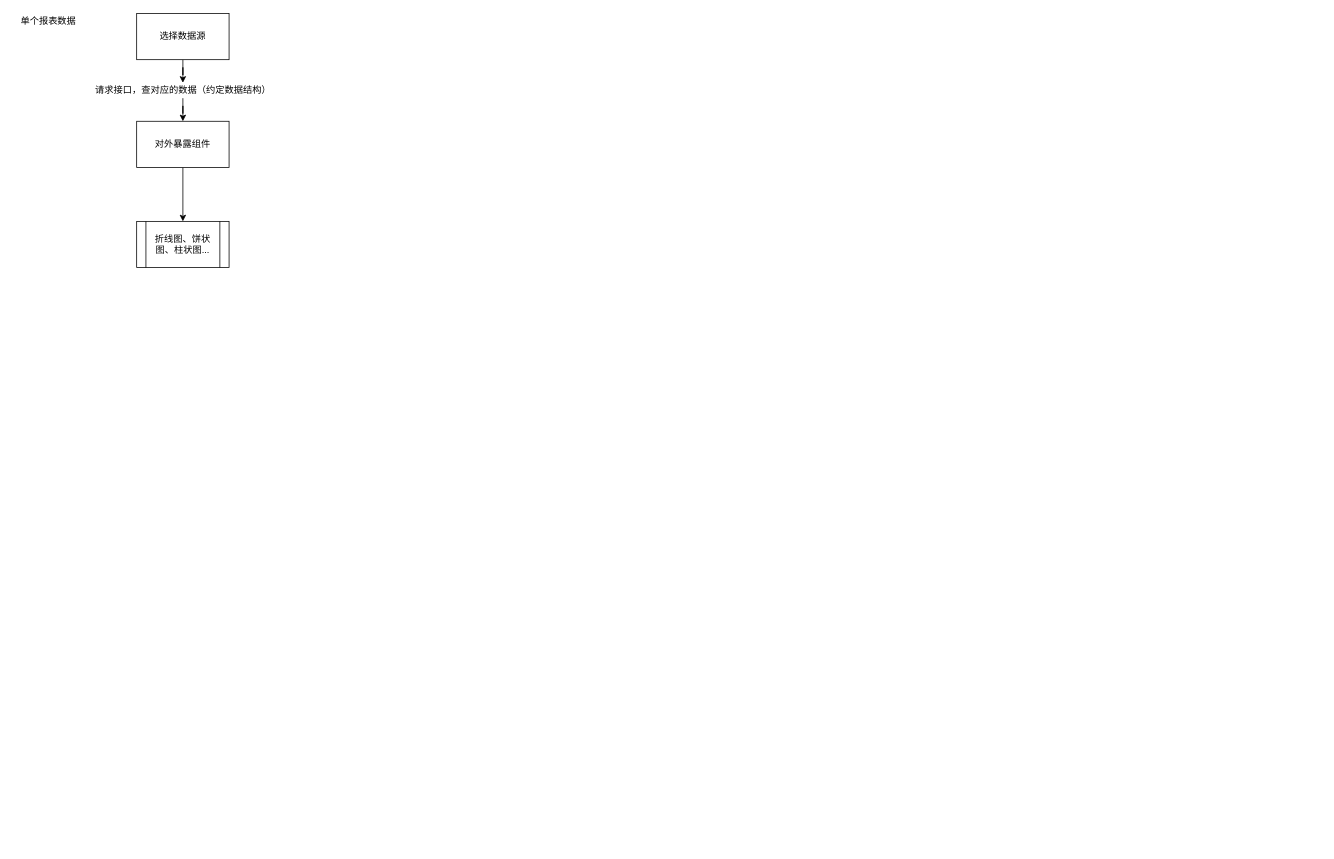
Above: drawio/singletable.drawio in trry-github/DataPV (draw.io), before the change. Source tidied: cells renumbered, new cells numbered last; positions are measured from the earlier drawing's top-left corner, leaving out a move shared by most shapes. Both pictures are drawn from the tidied source at 77%, with x=0, y=0 at pixel (13, 13).
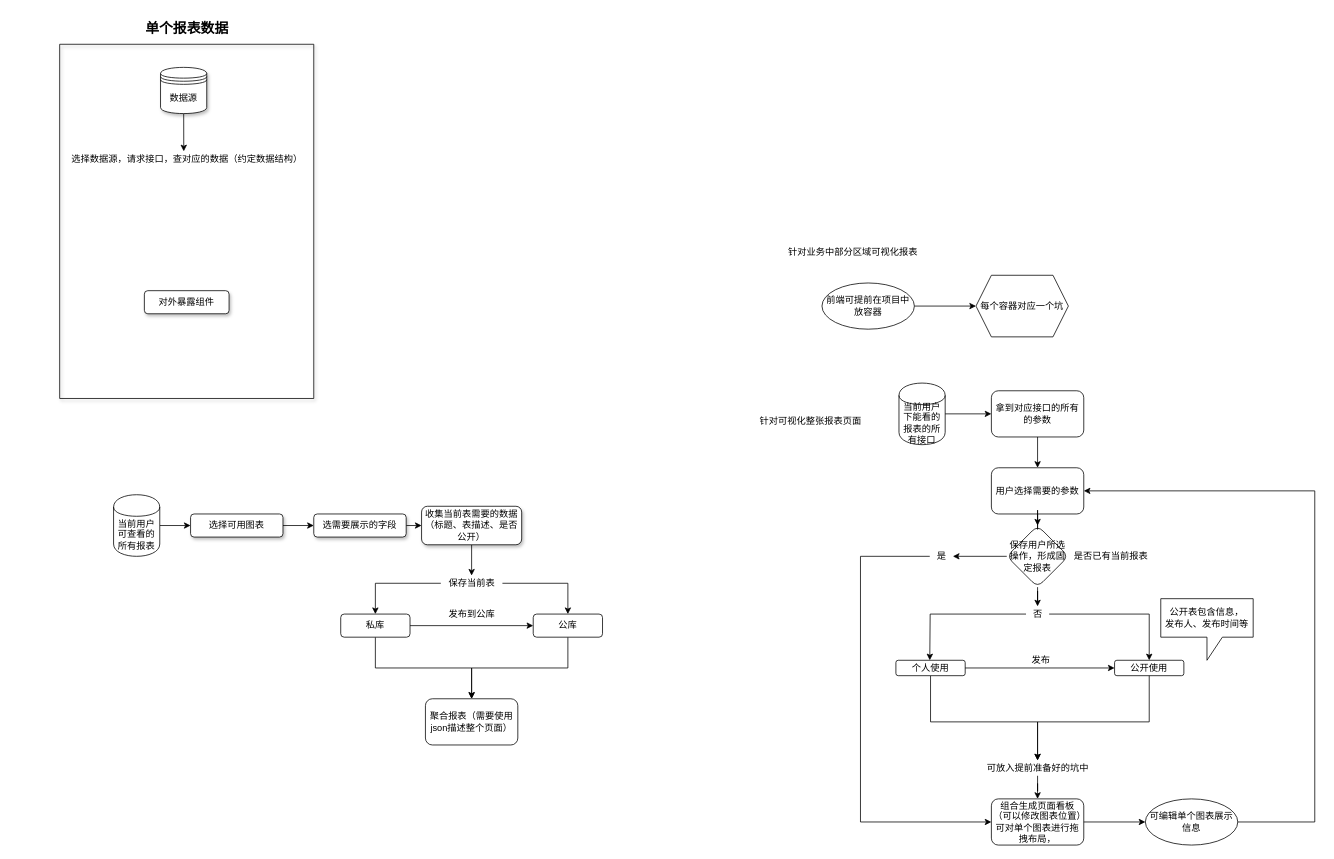
The same page after the edit.

Diff of the diagram source:
```diff
@@
-    <mxCell id="2" style="edgeStyle=orthogonalEdgeStyle;rounded=0;jettySize=auto;html=1;" parent="1" edge="1" source="3" target="5">
-      <mxGeometry relative="1" as="geometry" />
-    </mxCell>
-    <mxCell id="3" value="选择数据源" style="whiteSpace=wrap;html=1;" parent="1" vertex="1">
-      <mxGeometry x="160" width="120" height="60" as="geometry" />
-    </mxCell>
-    <mxCell id="4" style="edgeStyle=orthogonalEdgeStyle;rounded=0;jettySize=auto;html=1;" parent="1" edge="1" source="5" target="7">
-      <mxGeometry relative="1" as="geometry" />
-    </mxCell>
+    <mxCell id="10" style="group;" parent="1" vertex="1">
+      <mxGeometry x="60" y="10" width="330" height="490" as="geometry" />
+    </mxCell>
+    <mxCell id="9" value="&lt;font style=&quot;font-size: 18px&quot;&gt;&lt;b&gt;单个报表数据&lt;/b&gt;&lt;/font&gt;" style="text;html=1;align=center;verticalAlign=middle;strokeColor=none;" parent="10" vertex="1">
+      <mxGeometry x="105" width="120" height="20" as="geometry" />
+    </mxCell>
+    <mxCell id="11" style="swimlane;startSize=0;shadow=1;" parent="10" vertex="1">
+      <mxGeometry y="30" width="330" height="460" as="geometry" />
+    </mxCell>
-    <mxCell id="5" value="请求接口，查对应的数据（约定数据结构）" style="text;html=1;align=center;verticalAlign=middle;points=[];strokeColor=none;" parent="1" vertex="1">
-      <mxGeometry x="100" y="90" width="240" height="20" as="geometry" />
+    <mxCell id="5" value="选择数据源，请求接口，查对应的数据（约定数据结构）" style="text;html=1;align=center;verticalAlign=middle;points=[];strokeColor=none;" parent="11" vertex="1">
+      <mxGeometry x="5" y="140" width="320" height="20" as="geometry" />
     </mxCell>
-    <mxCell id="6" style="edgeStyle=orthogonalEdgeStyle;rounded=0;jettySize=auto;html=1;entryX=0.5;entryY=0;entryDx=0;entryDy=0;" parent="1" edge="1" source="7" target="8">
-      <mxGeometry relative="1" as="geometry" />
-    </mxCell>
+    <mxCell id="12" style="edgeStyle=none;rounded=0;jettySize=auto;html=1;entryX=0.488;entryY=-0.05;entryDx=0;entryDy=0;entryPerimeter=0;" parent="11" edge="1" source="13" target="5">
+      <mxGeometry relative="1" as="geometry" />
+    </mxCell>
+    <mxCell id="13" value="&lt;span&gt;数据源&lt;/span&gt;" style="shape=datastore;whiteSpace=wrap;html=1;shadow=1;" parent="11" vertex="1">
+      <mxGeometry x="131" y="30" width="60" height="60" as="geometry" />
+    </mxCell>
-    <mxCell id="7" value="对外暴露组件" style="whiteSpace=wrap;html=1;" parent="1" vertex="1">
-      <mxGeometry x="160" y="140" width="120" height="60" as="geometry" />
+    <mxCell id="7" value="&lt;span&gt;对外暴露组件&lt;/span&gt;" style="rounded=1;whiteSpace=wrap;html=1;shadow=1;" parent="11" vertex="1">
+      <mxGeometry x="110" y="320" width="110" height="30" as="geometry" />
     </mxCell>
-    <mxCell id="8" value="折线图、饼状图、柱状图..." style="shape=process;whiteSpace=wrap;html=1;backgroundOutline=1;" parent="1" vertex="1">
-      <mxGeometry x="160" y="270" width="120" height="60" as="geometry" />
-    </mxCell>
-    <mxCell id="9" value="单个报表数据" style="text;html=1;align=center;verticalAlign=middle;strokeColor=none;" parent="1" vertex="1">
-      <mxGeometry width="90" height="20" as="geometry" />
-    </mxCell>
+    <mxCell id="14" style="edgeStyle=none;rounded=0;jettySize=auto;html=1;" parent="1" edge="1" source="15" target="17">
+      <mxGeometry relative="1" as="geometry" />
+    </mxCell>
+    <mxCell id="15" value="选择可用图表" style="rounded=1;whiteSpace=wrap;html=1;shadow=1;" parent="1" vertex="1">
+      <mxGeometry x="230" y="650" width="120" height="30" as="geometry" />
+    </mxCell>
+    <mxCell id="16" style="edgeStyle=none;rounded=0;jettySize=auto;html=1;" parent="1" edge="1" source="17" target="19">
+      <mxGeometry relative="1" as="geometry" />
+    </mxCell>
+    <mxCell id="17" value="选需要展示的字段" style="rounded=1;whiteSpace=wrap;html=1;shadow=1;" parent="1" vertex="1">
+      <mxGeometry x="390" y="650" width="120" height="30" as="geometry" />
+    </mxCell>
+    <mxCell id="18" style="edgeStyle=none;rounded=0;jettySize=auto;html=1;" parent="1" edge="1" source="19" target="22">
+      <mxGeometry relative="1" as="geometry" />
+    </mxCell>
+    <mxCell id="19" value="收集当前表需要的数据（标题、表描述、是否公开）" style="rounded=1;whiteSpace=wrap;html=1;shadow=1;" parent="1" vertex="1">
+      <mxGeometry x="530" y="640" width="130" height="50" as="geometry" />
+    </mxCell>
+    <mxCell id="20" style="edgeStyle=orthogonalEdgeStyle;rounded=0;jettySize=auto;html=1;" parent="1" edge="1" source="22" target="25">
+      <mxGeometry relative="1" as="geometry" />
+    </mxCell>
+    <mxCell id="21" style="edgeStyle=orthogonalEdgeStyle;rounded=0;jettySize=auto;html=1;entryX=0.5;entryY=0;entryDx=0;entryDy=0;" parent="1" edge="1" source="22" target="27">
+      <mxGeometry relative="1" as="geometry" />
+    </mxCell>
+    <mxCell id="22" value="保存当前表" style="text;html=1;align=center;verticalAlign=middle;points=[];strokeColor=none;" parent="1" vertex="1">
+      <mxGeometry x="555" y="730" width="80" height="20" as="geometry" />
+    </mxCell>
+    <mxCell id="23" style="edgeStyle=orthogonalEdgeStyle;rounded=0;jettySize=auto;html=1;entryX=0.5;entryY=0;entryDx=0;entryDy=0;" parent="1" edge="1" source="25" target="28">
+      <mxGeometry relative="1" as="geometry">
+        <Array as="points">
+          <mxPoint x="470" y="850" />
+          <mxPoint x="595" y="850" />
+        </Array>
+      </mxGeometry>
+    </mxCell>
+    <mxCell id="24" style="edgeStyle=orthogonalEdgeStyle;rounded=0;jettySize=auto;html=1;entryX=0;entryY=0.5;entryDx=0;entryDy=0;" parent="1" edge="1" source="25" target="27">
+      <mxGeometry relative="1" as="geometry" />
+    </mxCell>
+    <mxCell id="25" value="&lt;span&gt;私库&lt;/span&gt;" style="rounded=1;whiteSpace=wrap;html=1;" parent="1" vertex="1">
+      <mxGeometry x="425" y="780" width="90" height="30" as="geometry" />
+    </mxCell>
+    <mxCell id="26" style="edgeStyle=orthogonalEdgeStyle;rounded=0;jettySize=auto;html=1;" parent="1" edge="1" source="27">
+      <mxGeometry relative="1" as="geometry">
+        <mxPoint x="595" y="890" as="targetPoint" />
+        <Array as="points">
+          <mxPoint x="720" y="850" />
+          <mxPoint x="595" y="850" />
+        </Array>
+      </mxGeometry>
+    </mxCell>
+    <mxCell id="27" value="&lt;span&gt;公库&lt;/span&gt;&lt;br&gt;" style="rounded=1;whiteSpace=wrap;html=1;" parent="1" vertex="1">
+      <mxGeometry x="675" y="780" width="90" height="30" as="geometry" />
+    </mxCell>
+    <mxCell id="28" value="聚合报表（需要使用json描述整个页面）" style="rounded=1;whiteSpace=wrap;html=1;" parent="1" vertex="1">
+      <mxGeometry x="535" y="890" width="120" height="60" as="geometry" />
+    </mxCell>
+    <mxCell id="29" value="发布到公库" style="text;html=1;align=center;verticalAlign=middle;strokeColor=none;" parent="1" vertex="1">
+      <mxGeometry x="555" y="770" width="80" height="20" as="geometry" />
+    </mxCell>
+    <mxCell id="30" style="edgeStyle=orthogonalEdgeStyle;rounded=0;jettySize=auto;html=1;entryX=0;entryY=0.5;entryDx=0;entryDy=0;" parent="1" edge="1" source="31" target="15">
+      <mxGeometry relative="1" as="geometry" />
+    </mxCell>
+    <mxCell id="31" value="当前用户可查看的所有报表" style="shape=cylinder;whiteSpace=wrap;html=1;boundedLbl=1;backgroundOutline=1;" parent="1" vertex="1">
+      <mxGeometry x="130" y="625" width="60" height="80" as="geometry" />
+    </mxCell>
+    <mxCell id="32" style="edgeStyle=orthogonalEdgeStyle;rounded=0;jettySize=auto;html=1;" parent="1" edge="1" source="33" target="35">
+      <mxGeometry relative="1" as="geometry" />
+    </mxCell>
+    <mxCell id="33" value="前端可提前在项目中放容器" style="ellipse;whiteSpace=wrap;html=1;" parent="1" vertex="1">
+      <mxGeometry x="1050" y="350" width="120" height="60" as="geometry" />
+    </mxCell>
+    <mxCell id="34" value="针对业务中部分区域可视化报表" style="text;html=1;align=center;verticalAlign=middle;strokeColor=none;" parent="1" vertex="1">
+      <mxGeometry x="1000" y="300" width="180" height="20" as="geometry" />
+    </mxCell>
+    <mxCell id="35" value="每个容器对应一个坑" style="shape=hexagon;perimeter=hexagonPerimeter2;whiteSpace=wrap;html=1;fixedSize=1;" parent="1" vertex="1">
+      <mxGeometry x="1250" y="340" width="120" height="80" as="geometry" />
+    </mxCell>
+    <mxCell id="36" style="group;" parent="1" vertex="1">
+      <mxGeometry x="960" y="480" width="730" height="600" as="geometry" />
+    </mxCell>
+    <mxCell id="37" value="当前用户下能看的报表的所有接口" style="shape=cylinder;whiteSpace=wrap;html=1;boundedLbl=1;backgroundOutline=1;" parent="36" vertex="1">
+      <mxGeometry x="190" width="60" height="80" as="geometry" />
+    </mxCell>
+    <mxCell id="38" value="拿到对应接口的所有的参数" style="rounded=1;whiteSpace=wrap;html=1;" parent="36" vertex="1">
+      <mxGeometry x="310" y="10" width="120" height="60" as="geometry" />
+    </mxCell>
+    <mxCell id="39" style="edgeStyle=orthogonalEdgeStyle;rounded=0;jettySize=auto;html=1;" parent="36" edge="1" source="37" target="38">
+      <mxGeometry relative="1" as="geometry" />
+    </mxCell>
+    <mxCell id="40" value="用户选择需要的参数" style="rounded=1;whiteSpace=wrap;html=1;" parent="36" vertex="1">
+      <mxGeometry x="310" y="110" width="120" height="60" as="geometry" />
+    </mxCell>
+    <mxCell id="41" style="edgeStyle=orthogonalEdgeStyle;rounded=0;jettySize=auto;html=1;" parent="36" edge="1" source="38" target="40">
+      <mxGeometry relative="1" as="geometry" />
+    </mxCell>
+    <mxCell id="42" style="edgeStyle=orthogonalEdgeStyle;rounded=0;jettySize=auto;html=1;" parent="36" edge="1" source="43" target="52">
+      <mxGeometry relative="1" as="geometry">
+        <Array as="points">
+          <mxPoint x="231" y="440" />
+          <mxPoint x="370" y="440" />
+        </Array>
+      </mxGeometry>
+    </mxCell>
+    <mxCell id="43" value="个人使用" style="rounded=1;whiteSpace=wrap;html=1;" parent="36" vertex="1">
+      <mxGeometry x="186" y="360" width="90" height="20" as="geometry" />
+    </mxCell>
+    <mxCell id="44" value="公开使用" style="rounded=1;whiteSpace=wrap;html=1;" parent="36" vertex="1">
+      <mxGeometry x="470" y="360" width="90" height="20" as="geometry" />
+    </mxCell>
+    <mxCell id="45" style="edgeStyle=orthogonalEdgeStyle;rounded=0;jettySize=auto;html=1;" parent="36" edge="1" source="43" target="44">
+      <mxGeometry relative="1" as="geometry" />
+    </mxCell>
+    <mxCell id="46" value="组合生成页面看板（可以修改图表位置）可对单个图表进行拖拽布局，" style="rounded=1;whiteSpace=wrap;html=1;" parent="36" vertex="1">
+      <mxGeometry x="310" y="540" width="120" height="60" as="geometry" />
+    </mxCell>
+    <mxCell id="47" style="edgeStyle=orthogonalEdgeStyle;rounded=0;jettySize=auto;html=1;entryX=1;entryY=0.5;entryDx=0;entryDy=0;" parent="36" edge="1" source="48" target="40">
+      <mxGeometry relative="1" as="geometry">
+        <Array as="points">
+          <mxPoint x="730" y="570" />
+          <mxPoint x="730" y="140" />
+        </Array>
+      </mxGeometry>
+    </mxCell>
+    <mxCell id="48" value="可编辑单个图表展示信息" style="ellipse;whiteSpace=wrap;html=1;rounded=1;" parent="36" vertex="1">
+      <mxGeometry x="510" y="540" width="120" height="60" as="geometry" />
+    </mxCell>
+    <mxCell id="49" style="edgeStyle=orthogonalEdgeStyle;rounded=0;jettySize=auto;html=1;" parent="36" edge="1" source="46" target="48">
+      <mxGeometry relative="1" as="geometry" />
+    </mxCell>
+    <mxCell id="50" value="针对可视化整张报表页面" style="text;html=1;align=center;verticalAlign=middle;strokeColor=none;" parent="36" vertex="1">
+      <mxGeometry y="40" width="150" height="20" as="geometry" />
+    </mxCell>
+    <mxCell id="51" style="edgeStyle=orthogonalEdgeStyle;rounded=0;jettySize=auto;html=1;entryX=0.5;entryY=0;entryDx=0;entryDy=0;" parent="36" edge="1" source="52" target="46">
+      <mxGeometry relative="1" as="geometry" />
+    </mxCell>
+    <mxCell id="52" value="&lt;span&gt;可放入提前准备好的坑中&lt;/span&gt;" style="text;html=1;align=center;verticalAlign=middle;points=[];strokeColor=none;" parent="36" vertex="1">
+      <mxGeometry x="295" y="490" width="150" height="20" as="geometry" />
+    </mxCell>
+    <mxCell id="53" style="edgeStyle=orthogonalEdgeStyle;rounded=0;jettySize=auto;html=1;" parent="36" edge="1" source="44" target="52">
+      <mxGeometry relative="1" as="geometry">
+        <Array as="points">
+          <mxPoint x="515" y="440" />
+          <mxPoint x="370" y="440" />
+        </Array>
+      </mxGeometry>
+    </mxCell>
+    <mxCell id="54" style="edgeStyle=orthogonalEdgeStyle;rounded=0;jettySize=auto;html=1;" parent="36" edge="1" source="56" target="62">
+      <mxGeometry relative="1" as="geometry" />
+    </mxCell>
+    <mxCell id="55" style="edgeStyle=orthogonalEdgeStyle;rounded=0;jettySize=auto;html=1;" parent="36" edge="1" source="56" target="60">
+      <mxGeometry relative="1" as="geometry" />
+    </mxCell>
+    <mxCell id="56" value="保存用户所选操作，形成固定报表" style="rhombus;whiteSpace=wrap;html=1;rounded=1;" parent="36" vertex="1">
+      <mxGeometry x="330" y="185" width="80" height="80" as="geometry" />
+    </mxCell>
+    <mxCell id="57" style="edgeStyle=orthogonalEdgeStyle;rounded=0;jettySize=auto;html=1;" parent="36" edge="1" source="40" target="56">
+      <mxGeometry relative="1" as="geometry" />
+    </mxCell>
+    <mxCell id="58" value="发布" style="text;html=1;align=center;verticalAlign=middle;strokeColor=none;" parent="36" vertex="1">
+      <mxGeometry x="354" y="350" width="40" height="20" as="geometry" />
+    </mxCell>
+    <mxCell id="59" value="是否已有当前报表" style="text;html=1;align=center;verticalAlign=middle;strokeColor=none;" parent="36" vertex="1">
+      <mxGeometry x="410" y="215" width="110" height="20" as="geometry" />
+    </mxCell>
+    <mxCell id="60" value="是" style="text;html=1;align=center;verticalAlign=middle;points=[];strokeColor=none;" parent="36" vertex="1">
+      <mxGeometry x="230" y="215" width="30" height="20" as="geometry" />
+    </mxCell>
+    <mxCell id="61" style="edgeStyle=orthogonalEdgeStyle;rounded=0;jettySize=auto;html=1;entryX=0.5;entryY=0;entryDx=0;entryDy=0;" parent="36" edge="1" source="62" target="44">
+      <mxGeometry relative="1" as="geometry" />
+    </mxCell>
+    <mxCell id="62" value="否" style="text;html=1;align=center;verticalAlign=middle;points=[];strokeColor=none;" parent="36" vertex="1">
+      <mxGeometry x="355" y="290" width="30" height="20" as="geometry" />
+    </mxCell>
+    <mxCell id="63" value="&lt;span&gt;公开表包含信息，&lt;/span&gt;&lt;br&gt;&lt;span&gt;发布人、发布时间等&lt;/span&gt;" style="shape=callout;whiteSpace=wrap;html=1;perimeter=calloutPerimeter;" parent="36" vertex="1">
+      <mxGeometry x="530" y="280" width="120" height="80" as="geometry" />
+    </mxCell>
+    <mxCell id="64" style="edgeStyle=orthogonalEdgeStyle;rounded=0;jettySize=auto;html=1;" parent="1" edge="1" source="62">
+      <mxGeometry relative="1" as="geometry">
+        <mxPoint x="1190" y="840" as="targetPoint" />
+      </mxGeometry>
+    </mxCell>
+    <mxCell id="65" style="edgeStyle=orthogonalEdgeStyle;rounded=0;jettySize=auto;html=1;" parent="1" edge="1" source="60">
+      <mxGeometry relative="1" as="geometry">
+        <mxPoint x="1270" y="1050" as="targetPoint" />
+        <Array as="points">
+          <mxPoint x="1100" y="705" />
+          <mxPoint x="1100" y="1050" />
+        </Array>
+      </mxGeometry>
+    </mxCell>
```
